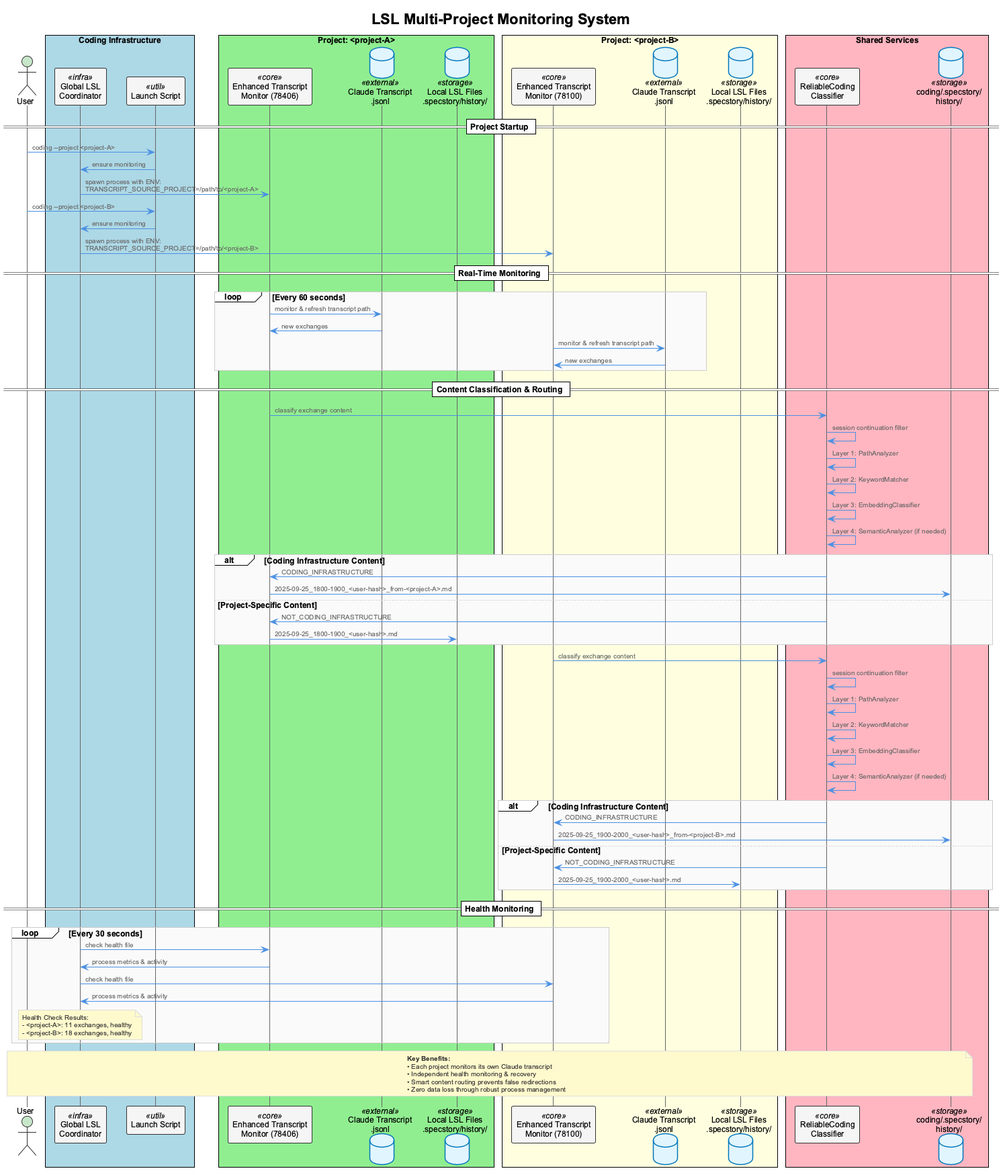
Before: docs/images/lsl-multi-project-architecture.png, a diagram exported from PlantUML (fwornle/coding).
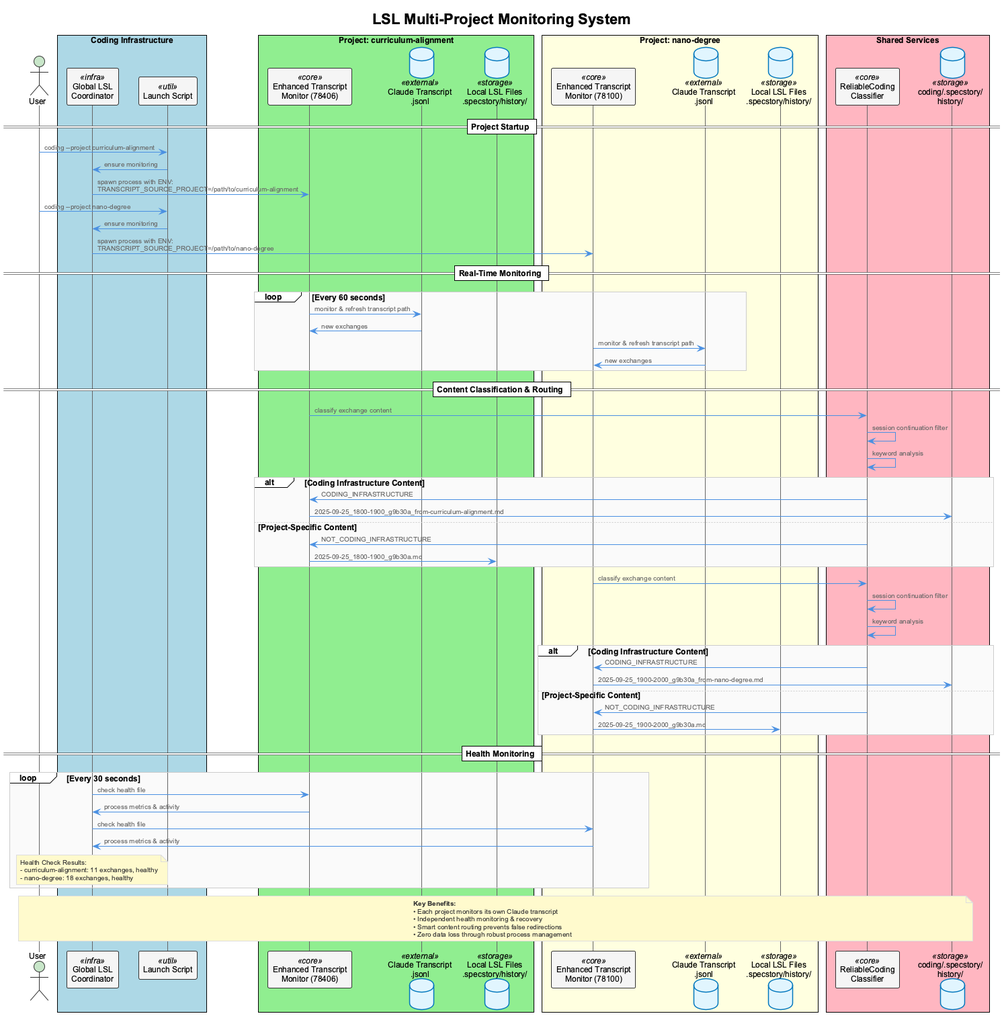
The same file after the commit.

The edit, as a diff of the source:
```diff
@@ -1,4 +1,4 @@
-@startuml LSL Multi-Project Architecture
+@startuml lsl-multi-project-architecture
 !include _standard-style.puml
 
 title LSL Multi-Project Monitoring System
@@ -11,13 +11,13 @@
   participant "Launch Script" as launch <<util>>
 end box
 
-box "Project: <project-A>" #LightGreen
+box "Project: curriculum-alignment" #LightGreen
   participant "Enhanced Transcript\nMonitor (78406)" as etm1 <<core>>
   database "Claude Transcript\n.jsonl" as trans1 <<external>>
   database "Local LSL Files\n.specstory/history/" as lsl1 <<storage>>
 end box
 
-box "Project: <project-B>" #LightYellow
+box "Project: nano-degree" #LightYellow
   participant "Enhanced Transcript\nMonitor (78100)" as etm2 <<core>>
   database "Claude Transcript\n.jsonl" as trans2 <<external>>
   database "Local LSL Files\n.specstory/history/" as lsl2 <<storage>>
@@ -29,13 +29,13 @@
 end box
 
 == Project Startup ==
-user -> launch : coding --project <project-A>
+user -> launch : coding --project curriculum-alignment
 launch -> glc : ensure monitoring
-glc -> etm1 : spawn process with ENV:\nTRANSCRIPT_SOURCE_PROJECT=/path/to/<project-A>
+glc -> etm1 : spawn process with ENV:\nTRANSCRIPT_SOURCE_PROJECT=/path/to/curriculum-alignment
 
-user -> launch : coding --project <project-B>
+user -> launch : coding --project nano-degree
 launch -> glc : ensure monitoring
-glc -> etm2 : spawn process with ENV:\nTRANSCRIPT_SOURCE_PROJECT=/path/to/<project-B>
+glc -> etm2 : spawn process with ENV:\nTRANSCRIPT_SOURCE_PROJECT=/path/to/nano-degree
 
 == Real-Time Monitoring ==
 loop Every 60 seconds
@@ -49,30 +49,24 @@
 == Content Classification & Routing ==
 etm1 -> rcc : classify exchange content
 rcc -> rcc : session continuation filter
-rcc -> rcc : Layer 1: PathAnalyzer
-rcc -> rcc : Layer 2: KeywordMatcher
-rcc -> rcc : Layer 3: EmbeddingClassifier
-rcc -> rcc : Layer 4: SemanticAnalyzer (if needed)
+rcc -> rcc : keyword analysis
 alt Coding Infrastructure Content
   rcc -> etm1 : CODING_INFRASTRUCTURE
-  etm1 -> coding_lsl : 2025-09-25_1800-1900_<user-hash>_from-<project-A>.md
+  etm1 -> coding_lsl : 2025-09-25_1800-1900_g9b30a_from-curriculum-alignment.md
 else Project-Specific Content
   rcc -> etm1 : NOT_CODING_INFRASTRUCTURE
-  etm1 -> lsl1 : 2025-09-25_1800-1900_<user-hash>.md
+  etm1 -> lsl1 : 2025-09-25_1800-1900_g9b30a.md
 end
 
 etm2 -> rcc : classify exchange content
 rcc -> rcc : session continuation filter
-rcc -> rcc : Layer 1: PathAnalyzer
-rcc -> rcc : Layer 2: KeywordMatcher
-rcc -> rcc : Layer 3: EmbeddingClassifier
-rcc -> rcc : Layer 4: SemanticAnalyzer (if needed)
+rcc -> rcc : keyword analysis
 alt Coding Infrastructure Content
   rcc -> etm2 : CODING_INFRASTRUCTURE
-  etm2 -> coding_lsl : 2025-09-25_1900-2000_<user-hash>_from-<project-B>.md
+  etm2 -> coding_lsl : 2025-09-25_1900-2000_g9b30a_from-nano-degree.md
 else Project-Specific Content
   rcc -> etm2 : NOT_CODING_INFRASTRUCTURE
-  etm2 -> lsl2 : 2025-09-25_1900-2000_<user-hash>.md
+  etm2 -> lsl2 : 2025-09-25_1900-2000_g9b30a.md
 end
 
 == Health Monitoring ==
@@ -84,8 +78,8 @@
 
   note over glc
     Health Check Results:
-    - <project-A>: 11 exchanges, healthy
-    - <project-B>: 18 exchanges, healthy
+    - curriculum-alignment: 11 exchanges, healthy
+    - nano-degree: 18 exchanges, healthy
   end note
 end
 
```
